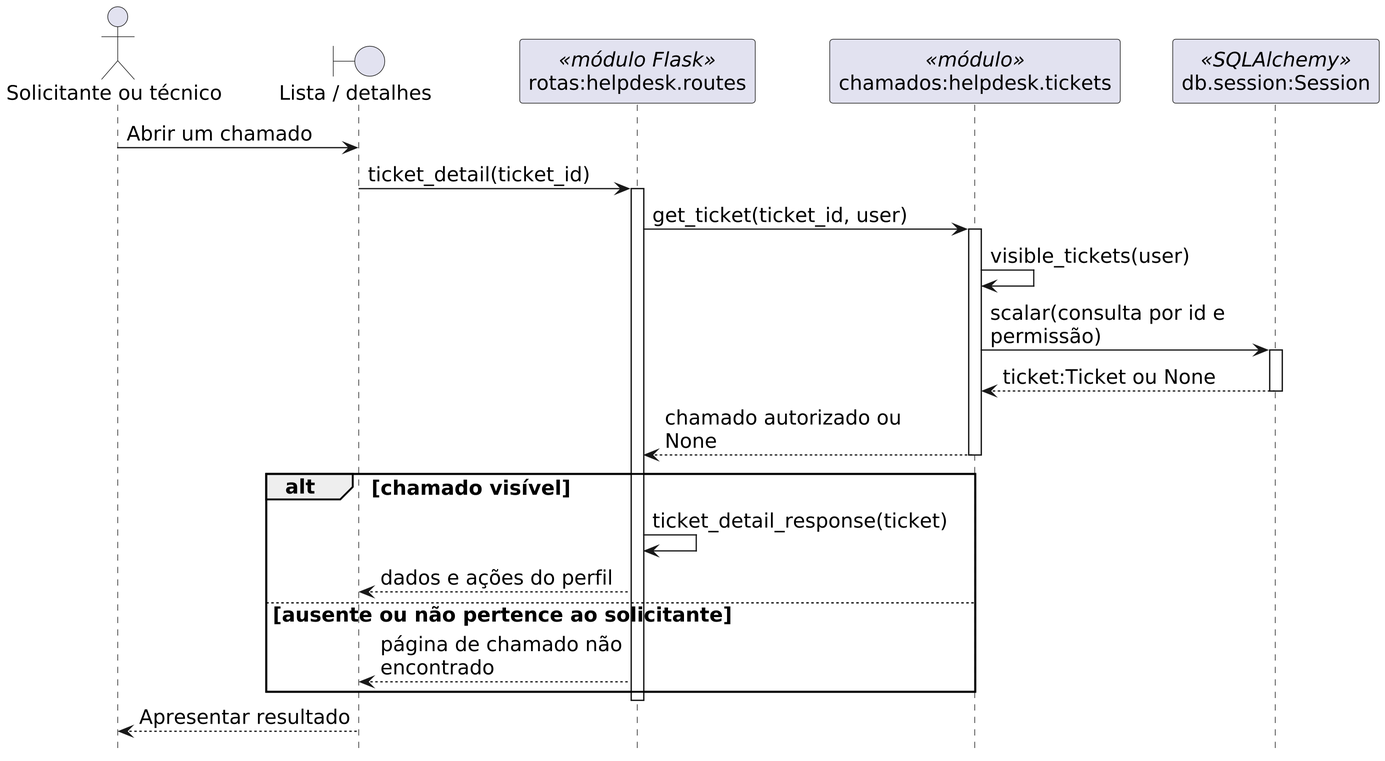
Lfijho/chamadosLES keeps this PlantUML diagram as docs/diagrams/sprint-2-ticket-detail.png. Above is the earlier version. Its diagram source:
```plantuml
@startuml
hide footbox
skinparam backgroundColor #FFFFFF
skinparam shadowing false
skinparam dpi 240
skinparam defaultFontName SansSerif
skinparam defaultFontSize 16
skinparam ParticipantPadding 16
skinparam maxMessageSize 230
actor "Solicitante ou técnico" as A
boundary "Lista / detalhes" as I
participant "rotas:helpdesk.routes" as R <<módulo Flask>>
participant "chamados:helpdesk.tickets" as C <<módulo>>
participant "db.session:Session" as P <<SQLAlchemy>>
A -> I : Abrir um chamado
I -> R : ticket_detail(ticket_id)
activate R
R -> C : get_ticket(ticket_id, user)
activate C
C -> C : visible_tickets(user)
C -> P : scalar(consulta por id e permissão)
activate P
P --> C : ticket:Ticket ou None
deactivate P
C --> R : chamado autorizado ou None
deactivate C
alt chamado visível
  R -> R : ticket_detail_response(ticket)
  R --> I : dados e ações do perfil
else ausente ou não pertence ao solicitante
  R --> I : página de chamado não encontrado
end
deactivate R
I --> A : Apresentar resultado
@enduml
```
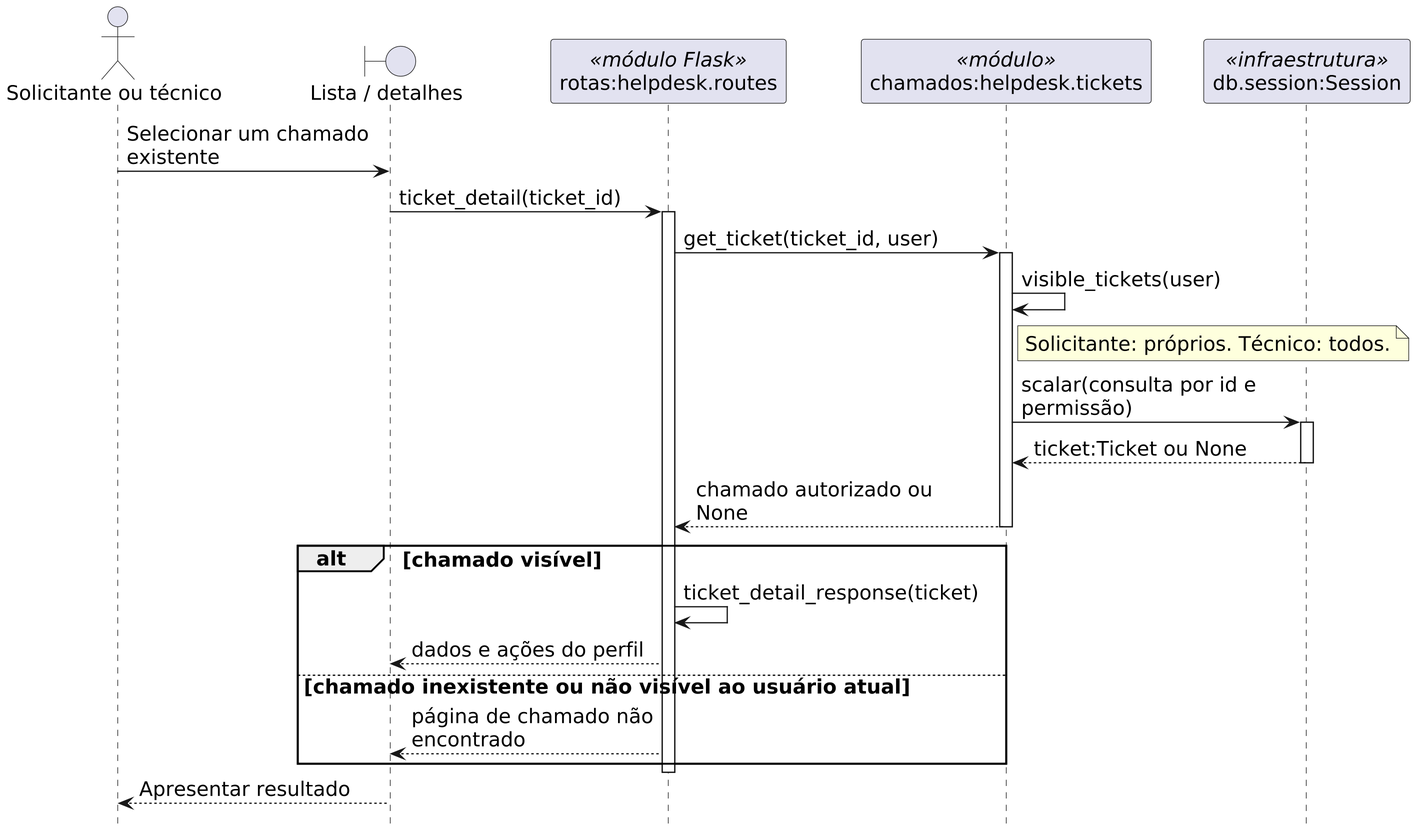
After the commit.

What changed in the source:
```diff
@@ -11,13 +11,14 @@
 boundary "Lista / detalhes" as I
 participant "rotas:helpdesk.routes" as R <<módulo Flask>>
 participant "chamados:helpdesk.tickets" as C <<módulo>>
-participant "db.session:Session" as P <<SQLAlchemy>>
-A -> I : Abrir um chamado
+participant "db.session:Session" as P <<infraestrutura>>
+A -> I : Selecionar um chamado existente
 I -> R : ticket_detail(ticket_id)
 activate R
 R -> C : get_ticket(ticket_id, user)
 activate C
 C -> C : visible_tickets(user)
+note right of C : Solicitante: próprios. Técnico: todos.
 C -> P : scalar(consulta por id e permissão)
 activate P
 P --> C : ticket:Ticket ou None
@@ -27,7 +28,7 @@
 alt chamado visível
   R -> R : ticket_detail_response(ticket)
   R --> I : dados e ações do perfil
-else ausente ou não pertence ao solicitante
+else chamado inexistente ou não visível ao usuário atual
   R --> I : página de chamado não encontrado
 end
 deactivate R
```
